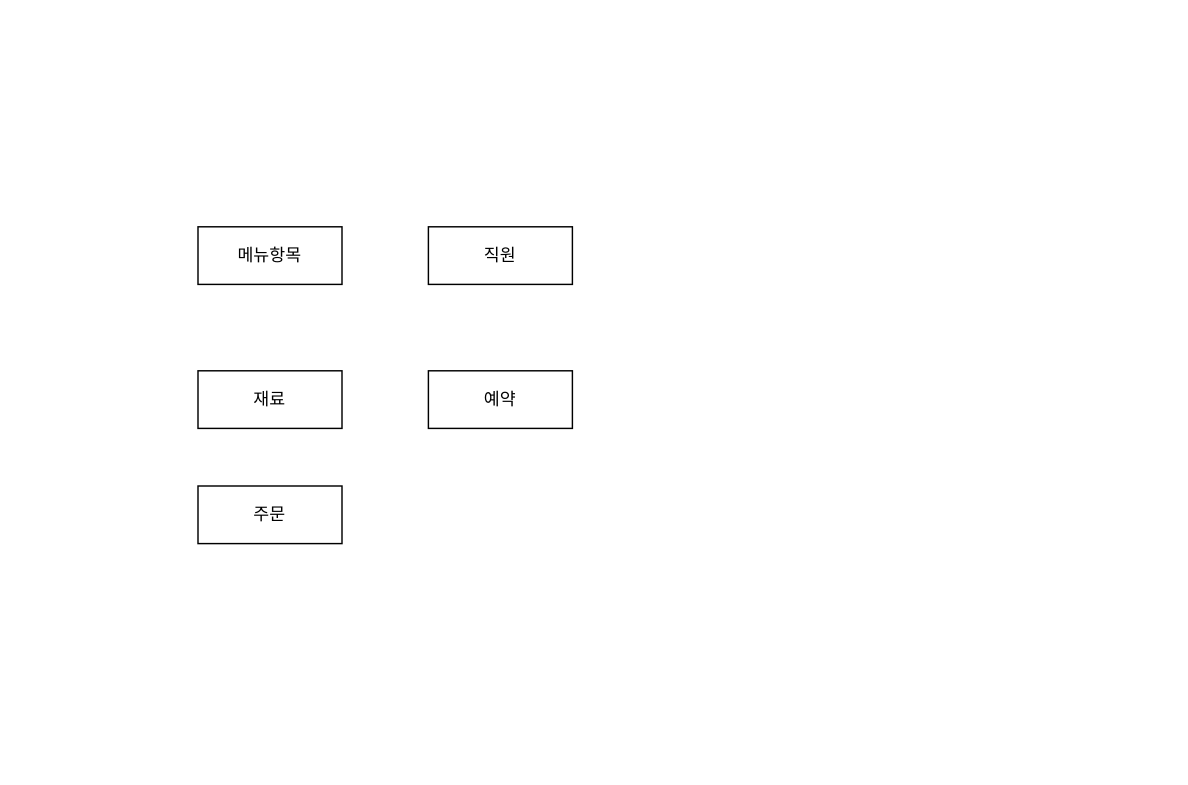
This is 이탈리안_레스토랑_데베설과제.drawio from dbsrudrla/diagram, a draw.io file, before an edit. Source tidied: cells renumbered, new cells numbered last; positions are measured from the earlier drawing's top-left corner, leaving out a move shared by most shapes. Both pictures are drawn from the tidied source at 144%, with x=0, y=0 at pixel (197, 226).
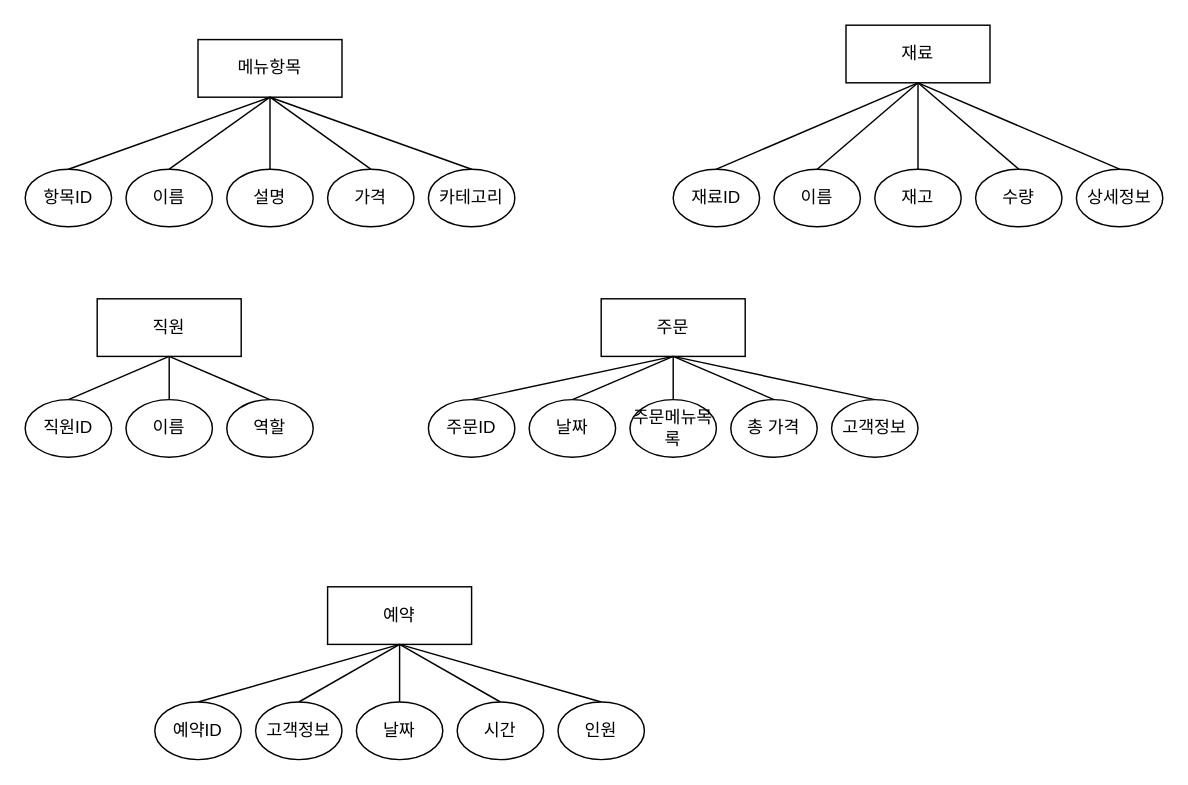
The same page after the edit.

Commit message (it also covers changes not shown here):
이탈리안_레스토랑_데베설과제.drawio 업데이트

The edit, as a diff of the source:
```diff
@@
     <mxCell id="2" value="메뉴항목" style="whiteSpace=wrap;html=1;align=center;" parent="1" vertex="1">
-      <mxGeometry width="100" height="40" as="geometry" />
+      <mxGeometry y="-130" width="100" height="40" as="geometry" />
     </mxCell>
     <mxCell id="3" value="재료" style="whiteSpace=wrap;html=1;align=center;" parent="1" vertex="1">
-      <mxGeometry y="100" width="100" height="40" as="geometry" />
+      <mxGeometry x="450" y="-140" width="100" height="40" as="geometry" />
     </mxCell>
     <mxCell id="4" value="주문" style="whiteSpace=wrap;html=1;align=center;" parent="1" vertex="1">
-      <mxGeometry y="180" width="100" height="40" as="geometry" />
+      <mxGeometry x="280" y="50" width="100" height="40" as="geometry" />
     </mxCell>
     <mxCell id="5" value="직원" style="whiteSpace=wrap;html=1;align=center;" parent="1" vertex="1">
-      <mxGeometry x="160" width="100" height="40" as="geometry" />
+      <mxGeometry x="-70" y="50" width="100" height="40" as="geometry" />
     </mxCell>
     <mxCell id="6" value="예약" style="whiteSpace=wrap;html=1;align=center;" parent="1" vertex="1">
-      <mxGeometry x="160" y="100" width="100" height="40" as="geometry" />
+      <mxGeometry x="90" y="250" width="100" height="40" as="geometry" />
     </mxCell>
+    <mxCell id="7" style="rounded=0;jettySize=auto;html=1;exitX=0.5;exitY=0;exitDx=0;exitDy=0;endArrow=none;endFill=0;entryX=0.5;entryY=1;entryDx=0;entryDy=0;" parent="1" edge="1" source="8" target="3">
+      <mxGeometry relative="1" as="geometry" />
+    </mxCell>
+    <mxCell id="8" value="재고" style="ellipse;whiteSpace=wrap;html=1;align=center;" parent="1" vertex="1">
+      <mxGeometry x="470" y="-40" width="60" height="40" as="geometry" />
+    </mxCell>
+    <mxCell id="9" style="rounded=0;jettySize=auto;html=1;exitX=0.5;exitY=0;exitDx=0;exitDy=0;entryX=0.5;entryY=1;entryDx=0;entryDy=0;endArrow=none;endFill=0;" parent="1" edge="1" source="10" target="3">
+      <mxGeometry relative="1" as="geometry" />
+    </mxCell>
+    <mxCell id="10" value="이름" style="ellipse;whiteSpace=wrap;html=1;align=center;" parent="1" vertex="1">
+      <mxGeometry x="400" y="-40" width="60" height="40" as="geometry" />
+    </mxCell>
+    <mxCell id="11" style="rounded=0;jettySize=auto;html=1;exitX=0.5;exitY=0;exitDx=0;exitDy=0;entryX=0.5;entryY=1;entryDx=0;entryDy=0;endArrow=none;endFill=0;" parent="1" edge="1" source="12" target="3">
+      <mxGeometry relative="1" as="geometry" />
+    </mxCell>
+    <mxCell id="12" value="재료ID" style="ellipse;whiteSpace=wrap;html=1;align=center;" parent="1" vertex="1">
+      <mxGeometry x="330" y="-40" width="60" height="40" as="geometry" />
+    </mxCell>
+    <mxCell id="13" style="rounded=0;jettySize=auto;html=1;exitX=0.5;exitY=0;exitDx=0;exitDy=0;entryX=0.5;entryY=1;entryDx=0;entryDy=0;endArrow=none;endFill=0;" parent="1" edge="1" source="14" target="2">
+      <mxGeometry relative="1" as="geometry" />
+    </mxCell>
+    <mxCell id="14" value="카테고리" style="ellipse;whiteSpace=wrap;html=1;align=center;" parent="1" vertex="1">
+      <mxGeometry x="160" y="-40" width="60" height="40" as="geometry" />
+    </mxCell>
+    <mxCell id="15" style="rounded=0;jettySize=auto;html=1;exitX=0.5;exitY=0;exitDx=0;exitDy=0;entryX=0.5;entryY=1;entryDx=0;entryDy=0;endArrow=none;endFill=0;" parent="1" edge="1" source="16" target="2">
+      <mxGeometry relative="1" as="geometry" />
+    </mxCell>
+    <mxCell id="16" value="가격" style="ellipse;whiteSpace=wrap;html=1;align=center;" parent="1" vertex="1">
+      <mxGeometry x="90" y="-40" width="60" height="40" as="geometry" />
+    </mxCell>
+    <mxCell id="17" style="rounded=0;jettySize=auto;html=1;exitX=0.5;exitY=0;exitDx=0;exitDy=0;endArrow=none;endFill=0;entryX=0.5;entryY=1;entryDx=0;entryDy=0;" parent="1" edge="1" source="18" target="2">
+      <mxGeometry relative="1" as="geometry" />
+    </mxCell>
+    <mxCell id="18" value="설명" style="ellipse;whiteSpace=wrap;html=1;align=center;" parent="1" vertex="1">
+      <mxGeometry x="20" y="-40" width="60" height="40" as="geometry" />
+    </mxCell>
+    <mxCell id="19" style="rounded=0;jettySize=auto;html=1;exitX=0.5;exitY=0;exitDx=0;exitDy=0;endArrow=none;endFill=0;entryX=0.5;entryY=1;entryDx=0;entryDy=0;" parent="1" edge="1" source="20" target="2">
+      <mxGeometry relative="1" as="geometry" />
+    </mxCell>
+    <mxCell id="20" value="이름" style="ellipse;whiteSpace=wrap;html=1;align=center;" parent="1" vertex="1">
+      <mxGeometry x="-50" y="-40" width="60" height="40" as="geometry" />
+    </mxCell>
+    <mxCell id="21" style="rounded=0;jettySize=auto;html=1;exitX=0.5;exitY=0;exitDx=0;exitDy=0;entryX=0.5;entryY=1;entryDx=0;entryDy=0;endArrow=none;endFill=0;" parent="1" edge="1" source="22" target="2">
+      <mxGeometry relative="1" as="geometry" />
+    </mxCell>
+    <mxCell id="22" value="항목ID" style="ellipse;whiteSpace=wrap;html=1;align=center;" parent="1" vertex="1">
+      <mxGeometry x="-120" y="-40" width="60" height="40" as="geometry" />
+    </mxCell>
+    <mxCell id="23" style="rounded=0;jettySize=auto;html=1;exitX=0.5;exitY=0;exitDx=0;exitDy=0;entryX=0.5;entryY=1;entryDx=0;entryDy=0;endArrow=none;endFill=0;" parent="1" edge="1" source="24" target="3">
+      <mxGeometry relative="1" as="geometry" />
+    </mxCell>
+    <mxCell id="24" value="수량" style="ellipse;whiteSpace=wrap;html=1;align=center;" parent="1" vertex="1">
+      <mxGeometry x="540" y="-40" width="60" height="40" as="geometry" />
+    </mxCell>
+    <mxCell id="25" style="rounded=0;jettySize=auto;html=1;exitX=0.5;exitY=0;exitDx=0;exitDy=0;entryX=0.5;entryY=1;entryDx=0;entryDy=0;endArrow=none;endFill=0;" parent="1" edge="1" source="26" target="3">
+      <mxGeometry relative="1" as="geometry" />
+    </mxCell>
+    <mxCell id="26" value="상세정보" style="ellipse;whiteSpace=wrap;html=1;align=center;" parent="1" vertex="1">
+      <mxGeometry x="610" y="-40" width="60" height="40" as="geometry" />
+    </mxCell>
+    <mxCell id="27" style="rounded=0;jettySize=auto;html=1;exitX=0.5;exitY=0;exitDx=0;exitDy=0;endArrow=none;endFill=0;entryX=0.5;entryY=1;entryDx=0;entryDy=0;" parent="1" edge="1" source="28" target="5">
+      <mxGeometry relative="1" as="geometry" />
+    </mxCell>
+    <mxCell id="28" value="이름" style="ellipse;whiteSpace=wrap;html=1;align=center;" parent="1" vertex="1">
+      <mxGeometry x="-50" y="120" width="60" height="40" as="geometry" />
+    </mxCell>
+    <mxCell id="29" style="rounded=0;jettySize=auto;html=1;exitX=0.5;exitY=0;exitDx=0;exitDy=0;entryX=0.5;entryY=1;entryDx=0;entryDy=0;endArrow=none;endFill=0;" parent="1" edge="1" source="30" target="5">
+      <mxGeometry relative="1" as="geometry" />
+    </mxCell>
+    <mxCell id="30" value="직원ID" style="ellipse;whiteSpace=wrap;html=1;align=center;" parent="1" vertex="1">
+      <mxGeometry x="-120" y="120" width="60" height="40" as="geometry" />
+    </mxCell>
+    <mxCell id="31" style="rounded=0;jettySize=auto;html=1;exitX=0.5;exitY=0;exitDx=0;exitDy=0;entryX=0.5;entryY=1;entryDx=0;entryDy=0;endArrow=none;endFill=0;" parent="1" edge="1" source="32" target="5">
+      <mxGeometry relative="1" as="geometry" />
+    </mxCell>
+    <mxCell id="32" value="역할" style="ellipse;whiteSpace=wrap;html=1;align=center;" parent="1" vertex="1">
+      <mxGeometry x="20" y="120" width="60" height="40" as="geometry" />
+    </mxCell>
+    <mxCell id="33" style="rounded=0;jettySize=auto;html=1;exitX=0.5;exitY=0;exitDx=0;exitDy=0;entryX=0.5;entryY=1;entryDx=0;entryDy=0;endArrow=none;endFill=0;" parent="1" edge="1" source="34" target="4">
+      <mxGeometry relative="1" as="geometry" />
+    </mxCell>
+    <mxCell id="34" value="주문ID" style="ellipse;whiteSpace=wrap;html=1;align=center;" parent="1" vertex="1">
+      <mxGeometry x="160" y="120" width="60" height="40" as="geometry" />
+    </mxCell>
+    <mxCell id="35" style="rounded=0;jettySize=auto;html=1;exitX=0.5;exitY=0;exitDx=0;exitDy=0;entryX=0.5;entryY=1;entryDx=0;entryDy=0;endArrow=none;endFill=0;" parent="1" edge="1" source="36" target="4">
+      <mxGeometry relative="1" as="geometry" />
+    </mxCell>
+    <mxCell id="36" value="날짜" style="ellipse;whiteSpace=wrap;html=1;align=center;" parent="1" vertex="1">
+      <mxGeometry x="230" y="120" width="60" height="40" as="geometry" />
+    </mxCell>
+    <mxCell id="37" style="rounded=0;jettySize=auto;html=1;exitX=0.5;exitY=0;exitDx=0;exitDy=0;entryX=0.5;entryY=1;entryDx=0;entryDy=0;endArrow=none;endFill=0;" parent="1" edge="1" source="38" target="4">
+      <mxGeometry relative="1" as="geometry" />
+    </mxCell>
+    <mxCell id="38" value="주문메뉴목록" style="ellipse;whiteSpace=wrap;html=1;align=center;" parent="1" vertex="1">
+      <mxGeometry x="300" y="120" width="60" height="40" as="geometry" />
+    </mxCell>
+    <mxCell id="39" style="rounded=0;jettySize=auto;html=1;exitX=0.5;exitY=0;exitDx=0;exitDy=0;entryX=0.5;entryY=1;entryDx=0;entryDy=0;endArrow=none;endFill=0;" parent="1" edge="1" source="40" target="4">
+      <mxGeometry relative="1" as="geometry" />
+    </mxCell>
+    <mxCell id="40" value="총 가격" style="ellipse;whiteSpace=wrap;html=1;align=center;" parent="1" vertex="1">
+      <mxGeometry x="370" y="120" width="60" height="40" as="geometry" />
+    </mxCell>
+    <mxCell id="41" style="rounded=0;jettySize=auto;html=1;exitX=0.5;exitY=0;exitDx=0;exitDy=0;entryX=0.5;entryY=1;entryDx=0;entryDy=0;endArrow=none;endFill=0;" parent="1" edge="1" source="42" target="4">
+      <mxGeometry relative="1" as="geometry" />
+    </mxCell>
+    <mxCell id="42" value="고객정보" style="ellipse;whiteSpace=wrap;html=1;align=center;" parent="1" vertex="1">
+      <mxGeometry x="440" y="120" width="60" height="40" as="geometry" />
+    </mxCell>
+    <mxCell id="43" style="rounded=0;jettySize=auto;html=1;exitX=0.5;exitY=0;exitDx=0;exitDy=0;entryX=0.5;entryY=1;entryDx=0;entryDy=0;endArrow=none;endFill=0;" parent="1" edge="1" source="44" target="6">
+      <mxGeometry relative="1" as="geometry" />
+    </mxCell>
+    <mxCell id="44" value="예약ID" style="ellipse;whiteSpace=wrap;html=1;align=center;" parent="1" vertex="1">
+      <mxGeometry x="-30" y="330" width="60" height="40" as="geometry" />
+    </mxCell>
+    <mxCell id="45" style="rounded=0;jettySize=auto;html=1;exitX=0.5;exitY=0;exitDx=0;exitDy=0;entryX=0.5;entryY=1;entryDx=0;entryDy=0;endArrow=none;endFill=0;" parent="1" edge="1" source="46" target="6">
+      <mxGeometry relative="1" as="geometry" />
+    </mxCell>
+    <mxCell id="46" value="고객정보" style="ellipse;whiteSpace=wrap;html=1;align=center;" parent="1" vertex="1">
+      <mxGeometry x="40" y="330" width="60" height="40" as="geometry" />
+    </mxCell>
+    <mxCell id="47" style="rounded=0;jettySize=auto;html=1;exitX=0.5;exitY=0;exitDx=0;exitDy=0;entryX=0.5;entryY=1;entryDx=0;entryDy=0;endArrow=none;endFill=0;" parent="1" edge="1" source="48" target="6">
+      <mxGeometry relative="1" as="geometry" />
+    </mxCell>
+    <mxCell id="48" value="날짜" style="ellipse;whiteSpace=wrap;html=1;align=center;" parent="1" vertex="1">
+      <mxGeometry x="110" y="330" width="60" height="40" as="geometry" />
+    </mxCell>
+    <mxCell id="49" style="rounded=0;jettySize=auto;html=1;exitX=0.5;exitY=0;exitDx=0;exitDy=0;entryX=0.5;entryY=1;entryDx=0;entryDy=0;endArrow=none;endFill=0;" parent="1" edge="1" source="50" target="6">
+      <mxGeometry relative="1" as="geometry" />
+    </mxCell>
+    <mxCell id="50" value="시간" style="ellipse;whiteSpace=wrap;html=1;align=center;" parent="1" vertex="1">
+      <mxGeometry x="180" y="330" width="60" height="40" as="geometry" />
+    </mxCell>
+    <mxCell id="51" style="rounded=0;jettySize=auto;html=1;exitX=0.5;exitY=0;exitDx=0;exitDy=0;entryX=0.5;entryY=1;entryDx=0;entryDy=0;endArrow=none;endFill=0;" parent="1" edge="1" source="52" target="6">
+      <mxGeometry relative="1" as="geometry" />
+    </mxCell>
+    <mxCell id="52" value="인원" style="ellipse;whiteSpace=wrap;html=1;align=center;" parent="1" vertex="1">
+      <mxGeometry x="250" y="330" width="60" height="40" as="geometry" />
+    </mxCell>
```
